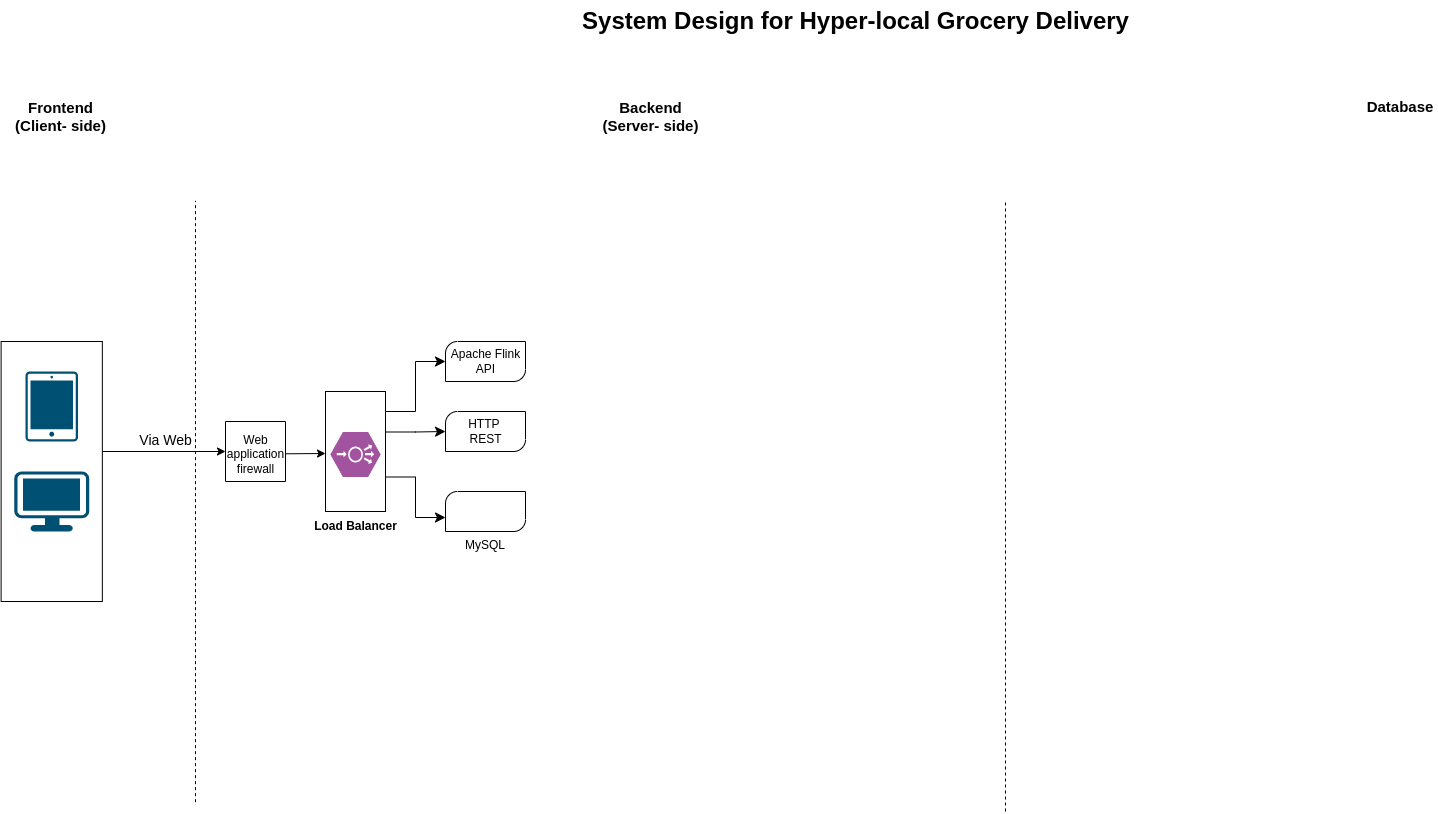
This is mytask.drawio.png from rushikesh-mallanath/draw, a draw.io export, as it was before one commit. Source tidied: cells renumbered, new cells last; positions are measured from the earlier drawing's top-left corner, leaving out a move shared by most shapes.
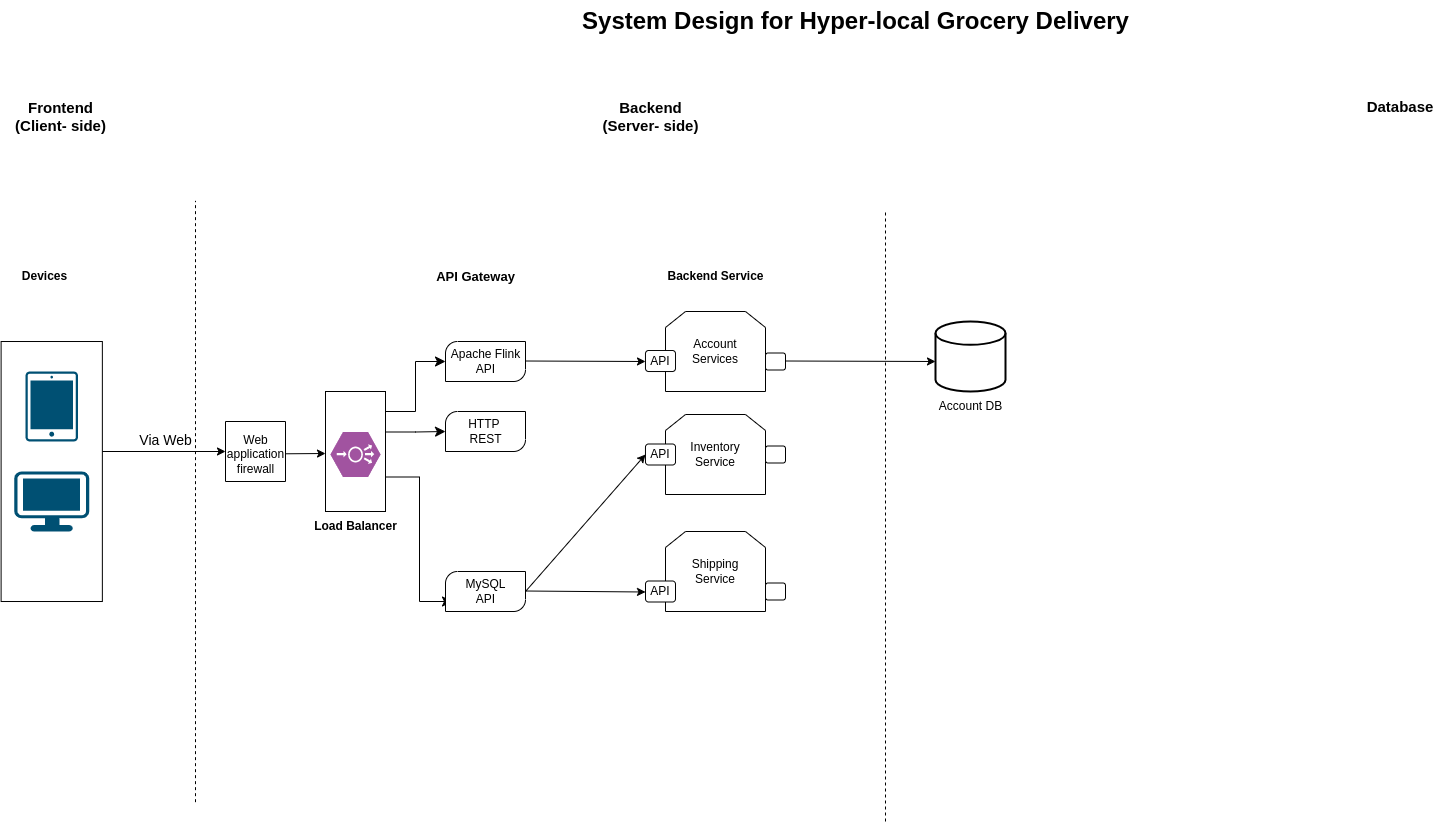
The same diagram one commit later.

Diff of the diagram source:
```diff
@@ -16,8 +16,8 @@
     </mxCell>
     <mxCell id="4" style="endArrow=none;dashed=1;html=1;rounded=0;" parent="1" edge="1">
       <mxGeometry relative="1" as="geometry">
-        <mxPoint x="1004" y="810" as="sourcePoint" />
-        <mxPoint x="1004" y="200" as="targetPoint" />
+        <mxPoint x="884" y="820" as="sourcePoint" />
+        <mxPoint x="884" y="210" as="targetPoint" />
       </mxGeometry>
     </mxCell>
     <mxCell id="5" value="System Design for Hyper-local Grocery Delivery" style="text;strokeColor=none;fillColor=none;html=1;fontSize=24;fontStyle=1;verticalAlign=middle;align=center;" parent="1" vertex="1">
@@ -92,14 +92,81 @@
     <mxCell id="24" value="HTTP&amp;nbsp;&lt;br&gt;REST" style="text;html=1;align=center;verticalAlign=middle;strokeColor=none;fillColor=none;" parent="1" vertex="1">
       <mxGeometry x="454" y="410" width="60" height="40" as="geometry" />
     </mxCell>
-    <mxCell id="25" style="edgeStyle=elbowEdgeStyle;elbow=horizontal;endArrow=classic;html=1;curved=0;rounded=0;endSize=8;startSize=8;" parent="1" edge="1">
+    <mxCell id="25" style="edgeStyle=elbowEdgeStyle;elbow=horizontal;endArrow=classic;html=1;curved=0;rounded=0;endSize=8;startSize=8;entryX=-0.05;entryY=0.75;entryDx=0;entryDy=0;entryPerimeter=0;" parent="1" edge="1" target="27">
       <mxGeometry relative="1" as="geometry">
         <mxPoint x="384" y="475.5" as="sourcePoint" />
-        <mxPoint x="444" y="516" as="targetPoint" />
       </mxGeometry>
     </mxCell>
-    <mxCell id="26" value="MySQL" style="verticalLabelPosition=bottom;verticalAlign=top;html=1;shape=mxgraph.basic.diag_round_rect;dx=6;whiteSpace=wrap;" parent="1" vertex="1">
-      <mxGeometry x="444" y="490" width="80" height="40" as="geometry" />
+    <mxCell id="26" style="verticalLabelPosition=bottom;verticalAlign=top;html=1;shape=mxgraph.basic.diag_round_rect;dx=6;whiteSpace=wrap;" parent="1" vertex="1">
+      <mxGeometry x="444" y="570" width="80" height="40" as="geometry" />
     </mxCell>
+    <mxCell id="27" value="MySQL&lt;br&gt;API" style="text;html=1;align=center;verticalAlign=middle;points=[];strokeColor=none;fillColor=none;" parent="1" vertex="1">
+      <mxGeometry x="454" y="570" width="60" height="40" as="geometry" />
+    </mxCell>
+    <mxCell id="28" style="endArrow=classic;html=1;rounded=0;" parent="1" edge="1">
+      <mxGeometry relative="1" as="geometry">
+        <mxPoint x="524" y="359.5" as="sourcePoint" />
+        <mxPoint x="644" y="360" as="targetPoint" />
+      </mxGeometry>
+    </mxCell>
+    <mxCell id="29" value="&lt;font style=&quot;font-size: 13px;&quot;&gt;&lt;b&gt;API Gateway&lt;/b&gt;&lt;/font&gt;" style="text;html=1;align=center;verticalAlign=middle;strokeColor=none;fillColor=none;" parent="1" vertex="1">
+      <mxGeometry x="424" y="260" width="100" height="30" as="geometry" />
+    </mxCell>
+    <mxCell id="30" value="&lt;b&gt;Devices&lt;/b&gt;" style="text;html=1;align=center;verticalAlign=middle;strokeColor=none;fillColor=none;" parent="1" vertex="1">
+      <mxGeometry x="7.8" y="260" width="70" height="30" as="geometry" />
+    </mxCell>
+    <mxCell id="31" value="Account&lt;br&gt;Services" style="shape=loopLimit;whiteSpace=wrap;html=1;" parent="1" vertex="1">
+      <mxGeometry x="664" y="310" width="100" height="80" as="geometry" />
+    </mxCell>
+    <mxCell id="32" value="API" style="rounded=1;whiteSpace=wrap;html=1;" parent="1" vertex="1">
+      <mxGeometry x="644" y="349" width="30" height="21" as="geometry" />
+    </mxCell>
+    <mxCell id="33" value="Shipping&lt;br&gt;Service" style="shape=loopLimit;whiteSpace=wrap;html=1;" parent="1" vertex="1">
+      <mxGeometry x="664" y="530" width="100" height="80" as="geometry" />
+    </mxCell>
+    <mxCell id="34" value="API" style="rounded=1;whiteSpace=wrap;html=1;" parent="1" vertex="1">
+      <mxGeometry x="644" y="579.5" width="30" height="21" as="geometry" />
+    </mxCell>
+    <mxCell id="35" style="endArrow=classic;html=1;rounded=0;entryX=0;entryY=0.5;entryDx=0;entryDy=0;" parent="1" edge="1">
+      <mxGeometry relative="1" as="geometry">
+        <mxPoint x="524" y="589.5" as="sourcePoint" />
+        <mxPoint x="644" y="590.5" as="targetPoint" />
+      </mxGeometry>
+    </mxCell>
+    <mxCell id="36" value="Inventory&lt;br&gt;Service" style="shape=loopLimit;whiteSpace=wrap;html=1;" parent="1" vertex="1">
+      <mxGeometry x="664" y="413" width="100" height="80" as="geometry" />
+    </mxCell>
+    <mxCell id="37" value="API" style="rounded=1;whiteSpace=wrap;html=1;" parent="1" vertex="1">
+      <mxGeometry x="644" y="442.5" width="30" height="21" as="geometry" />
+    </mxCell>
+    <mxCell id="38" style="rounded=1;whiteSpace=wrap;html=1;" parent="1" vertex="1">
+      <mxGeometry x="764" y="351.5" width="20" height="17" as="geometry" />
+    </mxCell>
+    <mxCell id="39" style="rounded=1;whiteSpace=wrap;html=1;" parent="1" vertex="1">
+      <mxGeometry x="764" y="444.5" width="20" height="17" as="geometry" />
+    </mxCell>
+    <mxCell id="40" style="rounded=1;whiteSpace=wrap;html=1;" parent="1" vertex="1">
+      <mxGeometry x="764" y="581.5" width="20" height="17" as="geometry" />
+    </mxCell>
+    <mxCell id="41" style="endArrow=classic;html=1;rounded=0;" parent="1" edge="1">
+      <mxGeometry relative="1" as="geometry">
+        <mxPoint x="784" y="359.5" as="sourcePoint" />
+        <mxPoint x="934" y="360" as="targetPoint" />
+      </mxGeometry>
+    </mxCell>
+    <mxCell id="42" value="&lt;b&gt;Backend Service&lt;/b&gt;" style="text;html=1;align=center;verticalAlign=middle;strokeColor=none;fillColor=none;" parent="1" vertex="1">
+      <mxGeometry x="654" y="260" width="120" height="30" as="geometry" />
+    </mxCell>
+    <mxCell id="43" style="strokeWidth=2;html=1;shape=mxgraph.flowchart.database;whiteSpace=wrap;" parent="1" vertex="1">
+      <mxGeometry x="934" y="320" width="70" height="70" as="geometry" />
+    </mxCell>
+    <mxCell id="44" value="Account DB" style="text;html=1;align=center;verticalAlign=middle;strokeColor=none;fillColor=none;" parent="1" vertex="1">
+      <mxGeometry x="924" y="390" width="90" height="30" as="geometry" />
+    </mxCell>
+    <mxCell id="45" style="endArrow=classic;html=1;rounded=0;entryX=0;entryY=0.5;entryDx=0;entryDy=0;" parent="1" edge="1" target="37">
+      <mxGeometry relative="1" as="geometry">
+        <mxPoint x="524" y="590" as="sourcePoint" />
+      </mxGeometry>
+    </mxCell>
   </root>
 </mxGraphModel>
```
